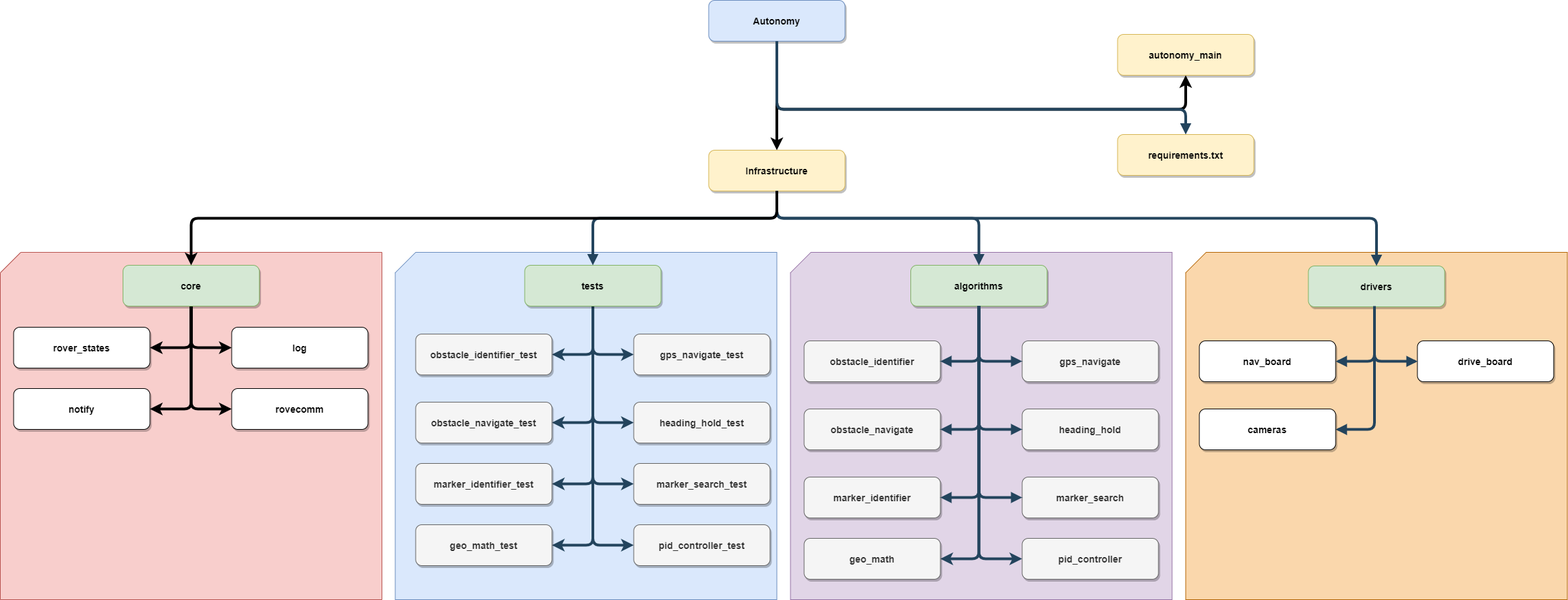
Earlier version of the draw.io export architecture.png (MissouriMRDT/Autonomy_Software_Python). Source tidied: cells renumbered, new cells last; positions are measured from the earlier drawing's top-left corner, leaving out a move shared by most shapes.
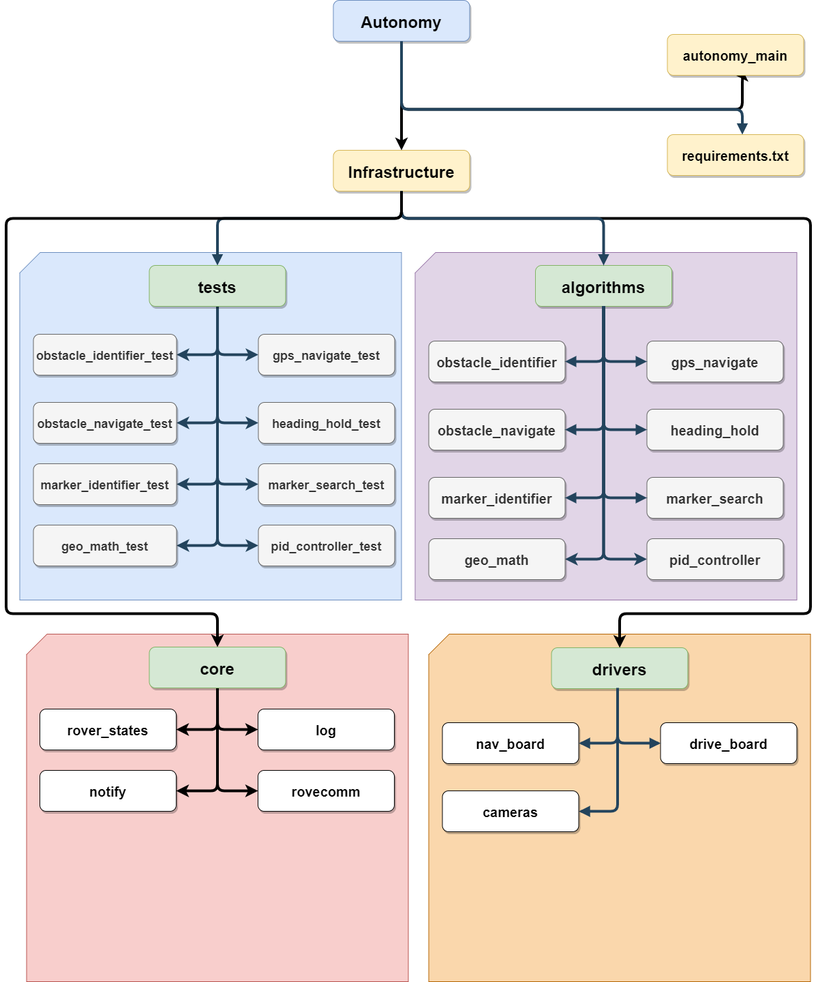
The same diagram one commit later.

Commit message:
Fixed layout of diagram

The edit, as a diff of the source:
```diff
@@ -11,5 +11,15 @@
     <mxCell id="4" style="shape=card;whiteSpace=wrap;html=1;fillColor=#fad7ac;strokeColor=#b46504;" parent="1" vertex="1">
-      <mxGeometry x="1740" y="370" width="560" height="510" as="geometry" />
+      <mxGeometry x="1180" y="930" width="560" height="510" as="geometry" />
     </mxCell>
+    <mxCell id="35" style="edgeStyle=orthogonalEdgeStyle;rounded=1;jettySize=auto;html=1;exitX=0.5;exitY=1;exitDx=0;exitDy=0;strokeWidth=4;fontSize=20;" parent="1" edge="1" source="5" target="21">
+      <mxGeometry relative="1" as="geometry">
+        <Array as="points">
+          <mxPoint x="1140" y="320" />
+          <mxPoint x="1740" y="320" />
+          <mxPoint x="1740" y="900" />
+          <mxPoint x="1460" y="900" />
+        </Array>
+      </mxGeometry>
+    </mxCell>
-    <mxCell id="5" value="Infrastructure" style="rounded=1;shadow=1;fontStyle=1;fontSize=14;fillColor=#fff2cc;strokeColor=#d6b656;" parent="1" vertex="1">
+    <mxCell id="5" value="Infrastructure" style="rounded=1;shadow=1;fontStyle=1;fontSize=24;fillColor=#fff2cc;strokeColor=#d6b656;" parent="1" vertex="1">
       <mxGeometry x="1040" y="220" width="200" height="60" as="geometry" />
@@ -40,3 +50,3 @@
     </mxCell>
-    <mxCell id="14" value="tests" style="rounded=1;shadow=1;fontStyle=1;fontSize=14;fillColor=#d5e8d4;strokeColor=#82b366;" parent="1" vertex="1">
+    <mxCell id="14" value="tests" style="rounded=1;shadow=1;fontStyle=1;fontSize=24;fillColor=#d5e8d4;strokeColor=#82b366;" parent="1" vertex="1">
       <mxGeometry x="770" y="389" width="200" height="60" as="geometry" />
@@ -46,3 +56,3 @@
     </mxCell>
-    <mxCell id="16" style="edgeStyle=orthogonalEdgeStyle;rounded=1;jettySize=auto;html=1;exitX=0.5;exitY=1;exitDx=0;exitDy=0;entryX=0.5;entryY=1;entryDx=0;entryDy=0;strokeWidth=4;" parent="1" edge="1" source="17" target="46">
+    <mxCell id="16" style="edgeStyle=orthogonalEdgeStyle;rounded=1;jettySize=auto;html=1;exitX=0.5;exitY=1;exitDx=0;exitDy=0;entryX=0.5;entryY=1;entryDx=0;entryDy=0;strokeWidth=4;fontSize=20;" parent="1" edge="1" source="17" target="46">
       <mxGeometry relative="1" as="geometry">
@@ -50,3 +60,4 @@
           <mxPoint x="1140" y="160" />
-          <mxPoint x="1740" y="160" />
+          <mxPoint x="1640" y="160" />
+          <mxPoint x="1640" y="110" />
         </Array>
@@ -54,3 +65,3 @@
     </mxCell>
-    <mxCell id="17" value="Autonomy" style="rounded=1;shadow=1;fontStyle=1;fontSize=14;fillColor=#dae8fc;strokeColor=#6c8ebf;" parent="1" vertex="1">
+    <mxCell id="17" value="Autonomy" style="rounded=1;shadow=1;fontStyle=1;fontSize=24;fillColor=#dae8fc;strokeColor=#6c8ebf;" parent="1" vertex="1">
       <mxGeometry x="1040" width="200" height="60" as="geometry" />
@@ -63,39 +74,39 @@
     </mxCell>
-    <mxCell id="20" value="algorithms" style="rounded=1;shadow=1;fontStyle=1;fontSize=14;fillColor=#d5e8d4;strokeColor=#82b366;" parent="1" vertex="1">
+    <mxCell id="20" value="algorithms" style="rounded=1;shadow=1;fontStyle=1;fontSize=24;fillColor=#d5e8d4;strokeColor=#82b366;" parent="1" vertex="1">
       <mxGeometry x="1336.5" y="389" width="200" height="60" as="geometry" />
     </mxCell>
-    <mxCell id="21" value="drivers" style="rounded=1;shadow=1;fontStyle=1;fontSize=14;fillColor=#d5e8d4;strokeColor=#82b366;" parent="1" vertex="1">
-      <mxGeometry x="1920" y="390" width="200" height="60" as="geometry" />
+    <mxCell id="21" value="drivers" style="rounded=1;shadow=1;fontStyle=1;fontSize=24;fillColor=#d5e8d4;strokeColor=#82b366;" parent="1" vertex="1">
+      <mxGeometry x="1360" y="950" width="200" height="60" as="geometry" />
     </mxCell>
-    <mxCell id="22" value="requirements.txt" style="rounded=1;shadow=1;fontStyle=1;fontSize=14;fillColor=#fff2cc;strokeColor=#d6b656;" parent="1" vertex="1">
-      <mxGeometry x="1640" y="197" width="200" height="60" as="geometry" />
+    <mxCell id="22" value="requirements.txt" style="rounded=1;shadow=1;fontStyle=1;fontSize=20;fillColor=#fff2cc;strokeColor=#d6b656;" parent="1" vertex="1">
+      <mxGeometry x="1530" y="197" width="200" height="60" as="geometry" />
     </mxCell>
-    <mxCell id="23" value="geo_math" style="rounded=1;shadow=1;fontStyle=1;fontSize=14;fillColor=#f5f5f5;strokeColor=#666666;fontColor=#333333;" parent="1" vertex="1">
+    <mxCell id="23" value="geo_math" style="rounded=1;shadow=1;fontStyle=1;fontSize=20;fillColor=#f5f5f5;strokeColor=#666666;fontColor=#333333;" parent="1" vertex="1">
       <mxGeometry x="1180" y="790" width="200" height="60" as="geometry" />
     </mxCell>
-    <mxCell id="24" value="drive_board" style="rounded=1;shadow=1;fontStyle=1;fontSize=14;" parent="1" vertex="1">
-      <mxGeometry x="2080" y="500" width="200" height="60" as="geometry" />
+    <mxCell id="24" value="drive_board" style="rounded=1;shadow=1;fontStyle=1;fontSize=20;" parent="1" vertex="1">
+      <mxGeometry x="1520" y="1060" width="200" height="60" as="geometry" />
     </mxCell>
-    <mxCell id="25" value="nav_board" style="rounded=1;shadow=1;fontStyle=1;fontSize=14;" parent="1" vertex="1">
-      <mxGeometry x="1760" y="500" width="200" height="60" as="geometry" />
+    <mxCell id="25" value="nav_board" style="rounded=1;shadow=1;fontStyle=1;fontSize=20;" parent="1" vertex="1">
+      <mxGeometry x="1200" y="1060" width="200" height="60" as="geometry" />
     </mxCell>
-    <mxCell id="26" value="gps_navigate" style="rounded=1;shadow=1;fontStyle=1;fontSize=14;fillColor=#f5f5f5;strokeColor=#666666;fontColor=#333333;" parent="1" vertex="1">
+    <mxCell id="26" value="gps_navigate" style="rounded=1;shadow=1;fontStyle=1;fontSize=20;fillColor=#f5f5f5;strokeColor=#666666;fontColor=#333333;" parent="1" vertex="1">
       <mxGeometry x="1500" y="500" width="200" height="60" as="geometry" />
     </mxCell>
-    <mxCell id="27" value="heading_hold" style="rounded=1;shadow=1;fontStyle=1;fontSize=14;fillColor=#f5f5f5;strokeColor=#666666;fontColor=#333333;" parent="1" vertex="1">
+    <mxCell id="27" value="heading_hold" style="rounded=1;shadow=1;fontStyle=1;fontSize=20;fillColor=#f5f5f5;strokeColor=#666666;fontColor=#333333;" parent="1" vertex="1">
       <mxGeometry x="1500" y="600" width="200" height="60" as="geometry" />
     </mxCell>
-    <mxCell id="28" value="marker_search" style="rounded=1;shadow=1;fontStyle=1;fontSize=14;fillColor=#f5f5f5;strokeColor=#666666;fontColor=#333333;" parent="1" vertex="1">
+    <mxCell id="28" value="marker_search" style="rounded=1;shadow=1;fontStyle=1;fontSize=20;fillColor=#f5f5f5;strokeColor=#666666;fontColor=#333333;" parent="1" vertex="1">
       <mxGeometry x="1500" y="700" width="200" height="60" as="geometry" />
     </mxCell>
-    <mxCell id="29" value="marker_identifier" style="rounded=1;shadow=1;fontStyle=1;fontSize=14;fillColor=#f5f5f5;strokeColor=#666666;fontColor=#333333;" parent="1" vertex="1">
+    <mxCell id="29" value="marker_identifier" style="rounded=1;shadow=1;fontStyle=1;fontSize=20;fillColor=#f5f5f5;strokeColor=#666666;fontColor=#333333;" parent="1" vertex="1">
       <mxGeometry x="1180" y="700" width="200" height="60" as="geometry" />
     </mxCell>
-    <mxCell id="30" value="pid_controller" style="rounded=1;shadow=1;fontStyle=1;fontSize=14;fillColor=#f5f5f5;strokeColor=#666666;fontColor=#333333;" parent="1" vertex="1">
+    <mxCell id="30" value="pid_controller" style="rounded=1;shadow=1;fontStyle=1;fontSize=20;fillColor=#f5f5f5;strokeColor=#666666;fontColor=#333333;" parent="1" vertex="1">
       <mxGeometry x="1500" y="790" width="200" height="60" as="geometry" />
     </mxCell>
-    <mxCell id="31" value="obstacle_identifier" style="rounded=1;shadow=1;fontStyle=1;fontSize=14;fillColor=#f5f5f5;strokeColor=#666666;fontColor=#333333;" parent="1" vertex="1">
+    <mxCell id="31" value="obstacle_identifier" style="rounded=1;shadow=1;fontStyle=1;fontSize=20;fillColor=#f5f5f5;strokeColor=#666666;fontColor=#333333;" parent="1" vertex="1">
       <mxGeometry x="1180" y="500" width="200" height="60" as="geometry" />
     </mxCell>
-    <mxCell id="32" value="obstacle_navigate" style="rounded=1;shadow=1;fontStyle=1;fontSize=14;fillColor=#f5f5f5;strokeColor=#666666;fontColor=#333333;" parent="1" vertex="1">
+    <mxCell id="32" value="obstacle_navigate" style="rounded=1;shadow=1;fontStyle=1;fontSize=20;fillColor=#f5f5f5;strokeColor=#666666;fontColor=#333333;" parent="1" vertex="1">
       <mxGeometry x="1180" y="600" width="200" height="60" as="geometry" />
@@ -105,2 +116,7 @@
         <Array as="points">
+          <mxPoint x="1640" y="160" />
+          <mxPoint x="1610" y="160" />
+          <mxPoint x="1640" y="170" />
+          <mxPoint x="1530" y="160" />
+          <mxPoint x="1680" y="170" />
           <mxPoint x="1590" y="160" />
@@ -131,17 +147,2 @@
     </mxCell>
-    <mxCell id="35" style="edgeStyle=elbowEdgeStyle;elbow=vertical;strokeWidth=4;endArrow=block;endFill=1;fontStyle=1;strokeColor=#23445D;exitX=0.5;exitY=1;exitDx=0;exitDy=0;entryX=0.5;entryY=0;entryDx=0;entryDy=0;" parent="1" edge="1" source="5" target="21">
-      <mxGeometry x="1154" y="322.1" as="geometry">
-        <Array as="points">
-          <mxPoint x="1700" y="320" />
-          <mxPoint x="1480" y="200" />
-          <mxPoint x="2012" y="176.6" />
-          <mxPoint x="1982" y="166.6" />
-          <mxPoint x="1922" y="176.6" />
-          <mxPoint x="1982" y="176.6" />
-          <mxPoint x="1972" y="166.6" />
-          <mxPoint x="1952" y="176.6" />
-          <mxPoint x="2012" y="169.6" />
-        </Array>
-      </mxGeometry>
-    </mxCell>
     <mxCell id="36" style="edgeStyle=elbowEdgeStyle;elbow=vertical;strokeWidth=4;endArrow=block;endFill=1;fontStyle=1;strokeColor=#23445D;exitX=0.5;exitY=1;exitDx=0;exitDy=0;" parent="1" edge="1" source="5" target="14">
@@ -255,16 +256,16 @@
     <mxCell id="43" style="edgeStyle=elbowEdgeStyle;elbow=vertical;strokeWidth=4;endArrow=block;endFill=1;fontStyle=1;strokeColor=#23445D;exitX=0.5;exitY=1;exitDx=0;exitDy=0;entryX=1;entryY=0.5;entryDx=0;entryDy=0;" parent="1" edge="1">
-      <mxGeometry x="1754.6" y="342.1" as="geometry">
-        <mxPoint x="2016.9" y="449.3" as="sourcePoint" />
-        <mxPoint x="1960.2" y="530.2" as="targetPoint" />
+      <mxGeometry x="1194.6" y="902.1" as="geometry">
+        <mxPoint x="1456.9" y="1009.3" as="sourcePoint" />
+        <mxPoint x="1400.2" y="1090.2" as="targetPoint" />
         <Array as="points">
-          <mxPoint x="2016.6" y="530" />
-          <mxPoint x="2016.6" y="531" />
-          <mxPoint x="2080.6" y="220" />
-          <mxPoint x="2612.6" y="196.6" />
-          <mxPoint x="2582.6" y="186.6" />
-          <mxPoint x="2522.6" y="196.6" />
-          <mxPoint x="2582.6" y="196.6" />
-          <mxPoint x="2572.6" y="186.6" />
-          <mxPoint x="2552.6" y="196.6" />
-          <mxPoint x="2612.6" y="189.6" />
+          <mxPoint x="1456.6" y="1090" />
+          <mxPoint x="1456.6" y="1091" />
+          <mxPoint x="1520.6" y="780" />
+          <mxPoint x="2052.6" y="756.6" />
+          <mxPoint x="2022.6" y="746.6" />
+          <mxPoint x="1962.6" y="756.6" />
+          <mxPoint x="2022.6" y="756.6" />
+          <mxPoint x="2012.6" y="746.6" />
+          <mxPoint x="1992.6" y="756.6" />
+          <mxPoint x="2052.6" y="749.6" />
         </Array>
@@ -273,15 +274,15 @@
     <mxCell id="44" style="edgeStyle=elbowEdgeStyle;elbow=vertical;strokeWidth=4;endArrow=block;endFill=1;fontStyle=1;strokeColor=#23445D;exitX=0.5;exitY=1;exitDx=0;exitDy=0;entryX=1;entryY=0.5;entryDx=0;entryDy=0;" parent="1" edge="1">
-      <mxGeometry x="1755.1" y="441.1" as="geometry">
-        <mxPoint x="2016.9" y="449.3" as="sourcePoint" />
-        <mxPoint x="1960.2" y="630.2" as="targetPoint" />
+      <mxGeometry x="1195.1" y="1001.1" as="geometry">
+        <mxPoint x="1456.9" y="1009.3" as="sourcePoint" />
+        <mxPoint x="1400.2" y="1190.2" as="targetPoint" />
         <Array as="points">
-          <mxPoint x="2017.1" y="630" />
-          <mxPoint x="2081.1" y="319" />
-          <mxPoint x="2613.1" y="295.6" />
-          <mxPoint x="2583.1" y="285.6" />
-          <mxPoint x="2523.1" y="295.6" />
-          <mxPoint x="2583.1" y="295.6" />
-          <mxPoint x="2573.1" y="285.6" />
-          <mxPoint x="2553.1" y="295.6" />
-          <mxPoint x="2613.1" y="288.6" />
+          <mxPoint x="1457.1" y="1190" />
+          <mxPoint x="1521.1" y="879" />
+          <mxPoint x="2053.1" y="855.6" />
+          <mxPoint x="2023.1" y="845.6" />
+          <mxPoint x="1963.1" y="855.6" />
+          <mxPoint x="2023.1" y="855.6" />
+          <mxPoint x="2013.1" y="845.6" />
+          <mxPoint x="1993.1" y="855.6" />
+          <mxPoint x="2053.1" y="848.6" />
         </Array>
@@ -290,16 +291,16 @@
     <mxCell id="45" style="edgeStyle=elbowEdgeStyle;elbow=vertical;strokeWidth=4;endArrow=block;endFill=1;fontStyle=1;strokeColor=#23445D;exitX=0.5;exitY=1;exitDx=0;exitDy=0;entryX=0;entryY=0.5;entryDx=0;entryDy=0;" parent="1" edge="1">
-      <mxGeometry x="1764.6" y="352.1" as="geometry">
-        <mxPoint x="2016.9" y="449.3" as="sourcePoint" />
-        <mxPoint x="2080.2" y="530.2" as="targetPoint" />
+      <mxGeometry x="1204.6" y="912.1" as="geometry">
+        <mxPoint x="1456.9" y="1009.3" as="sourcePoint" />
+        <mxPoint x="1520.2" y="1090.2" as="targetPoint" />
         <Array as="points">
-          <mxPoint x="2050.6" y="530" />
-          <mxPoint x="2026.6" y="541" />
-          <mxPoint x="2090.6" y="230" />
-          <mxPoint x="2622.6" y="206.6" />
-          <mxPoint x="2592.6" y="196.6" />
-          <mxPoint x="2532.6" y="206.6" />
-          <mxPoint x="2592.6" y="206.6" />
-          <mxPoint x="2582.6" y="196.6" />
-          <mxPoint x="2562.6" y="206.6" />
-          <mxPoint x="2622.6" y="199.6" />
+          <mxPoint x="1490.6" y="1090" />
+          <mxPoint x="1466.6" y="1101" />
+          <mxPoint x="1530.6" y="790" />
+          <mxPoint x="2062.6" y="766.6" />
+          <mxPoint x="2032.6" y="756.6" />
+          <mxPoint x="1972.6" y="766.6" />
+          <mxPoint x="2032.6" y="766.6" />
+          <mxPoint x="2022.6" y="756.6" />
+          <mxPoint x="2002.6" y="766.6" />
+          <mxPoint x="2062.6" y="759.6" />
         </Array>
@@ -307,27 +308,27 @@
     </mxCell>
-    <mxCell id="46" value="autonomy_main" style="rounded=1;shadow=1;fontStyle=1;fontSize=14;fillColor=#fff2cc;strokeColor=#d6b656;" parent="1" vertex="1">
-      <mxGeometry x="1640" y="50" width="200" height="60" as="geometry" />
+    <mxCell id="46" value="autonomy_main" style="rounded=1;shadow=1;fontStyle=1;fontSize=20;fillColor=#fff2cc;strokeColor=#d6b656;" parent="1" vertex="1">
+      <mxGeometry x="1530" y="50" width="200" height="60" as="geometry" />
     </mxCell>
-    <mxCell id="47" value="obstacle_identifier_test" style="rounded=1;shadow=1;fontStyle=1;fontSize=14;fillColor=#f5f5f5;strokeColor=#666666;fontColor=#333333;" parent="1" vertex="1">
-      <mxGeometry x="610" y="490" width="200" height="60" as="geometry" />
+    <mxCell id="47" value="obstacle_identifier_test" style="rounded=1;shadow=1;fontStyle=1;fontSize=18;fillColor=#f5f5f5;strokeColor=#666666;fontColor=#333333;" parent="1" vertex="1">
+      <mxGeometry x="600" y="490" width="210" height="60" as="geometry" />
     </mxCell>
-    <mxCell id="48" value="gps_navigate_test" style="rounded=1;shadow=1;fontStyle=1;fontSize=14;fillColor=#f5f5f5;strokeColor=#666666;fontColor=#333333;" parent="1" vertex="1">
+    <mxCell id="48" value="gps_navigate_test" style="rounded=1;shadow=1;fontStyle=1;fontSize=18;fillColor=#f5f5f5;strokeColor=#666666;fontColor=#333333;" parent="1" vertex="1">
       <mxGeometry x="930" y="490" width="200" height="60" as="geometry" />
     </mxCell>
-    <mxCell id="49" value="obstacle_navigate_test" style="rounded=1;shadow=1;fontStyle=1;fontSize=14;fillColor=#f5f5f5;strokeColor=#666666;fontColor=#333333;" parent="1" vertex="1">
-      <mxGeometry x="610" y="590" width="200" height="60" as="geometry" />
+    <mxCell id="49" value="obstacle_navigate_test" style="rounded=1;shadow=1;fontStyle=1;fontSize=18;fillColor=#f5f5f5;strokeColor=#666666;fontColor=#333333;" parent="1" vertex="1">
+      <mxGeometry x="600" y="590" width="210" height="60" as="geometry" />
     </mxCell>
-    <mxCell id="50" value="marker_identifier_test" style="rounded=1;shadow=1;fontStyle=1;fontSize=14;fillColor=#f5f5f5;strokeColor=#666666;fontColor=#333333;" parent="1" vertex="1">
-      <mxGeometry x="610" y="680" width="200" height="60" as="geometry" />
+    <mxCell id="50" value="marker_identifier_test" style="rounded=1;shadow=1;fontStyle=1;fontSize=18;fillColor=#f5f5f5;strokeColor=#666666;fontColor=#333333;" parent="1" vertex="1">
+      <mxGeometry x="600" y="680" width="210" height="60" as="geometry" />
     </mxCell>
-    <mxCell id="51" value="geo_math_test" style="rounded=1;shadow=1;fontStyle=1;fontSize=14;fillColor=#f5f5f5;strokeColor=#666666;fontColor=#333333;" parent="1" vertex="1">
-      <mxGeometry x="610" y="770" width="200" height="60" as="geometry" />
+    <mxCell id="51" value="geo_math_test" style="rounded=1;shadow=1;fontStyle=1;fontSize=18;fillColor=#f5f5f5;strokeColor=#666666;fontColor=#333333;" parent="1" vertex="1">
+      <mxGeometry x="600" y="770" width="210" height="60" as="geometry" />
     </mxCell>
-    <mxCell id="52" value="heading_hold_test" style="rounded=1;shadow=1;fontStyle=1;fontSize=14;fillColor=#f5f5f5;strokeColor=#666666;fontColor=#333333;" parent="1" vertex="1">
+    <mxCell id="52" value="heading_hold_test" style="rounded=1;shadow=1;fontStyle=1;fontSize=18;fillColor=#f5f5f5;strokeColor=#666666;fontColor=#333333;" parent="1" vertex="1">
       <mxGeometry x="930" y="590" width="200" height="60" as="geometry" />
     </mxCell>
-    <mxCell id="53" value="marker_search_test" style="rounded=1;shadow=1;fontStyle=1;fontSize=14;fillColor=#f5f5f5;strokeColor=#666666;fontColor=#333333;" parent="1" vertex="1">
+    <mxCell id="53" value="marker_search_test" style="rounded=1;shadow=1;fontStyle=1;fontSize=18;fillColor=#f5f5f5;strokeColor=#666666;fontColor=#333333;" parent="1" vertex="1">
       <mxGeometry x="930" y="680" width="200" height="60" as="geometry" />
     </mxCell>
-    <mxCell id="54" value="pid_controller_test" style="rounded=1;shadow=1;fontStyle=1;fontSize=14;fillColor=#f5f5f5;strokeColor=#666666;fontColor=#333333;" parent="1" vertex="1">
+    <mxCell id="54" value="pid_controller_test" style="rounded=1;shadow=1;fontStyle=1;fontSize=18;fillColor=#f5f5f5;strokeColor=#666666;fontColor=#333333;" parent="1" vertex="1">
       <mxGeometry x="930" y="770" width="200" height="60" as="geometry" />
@@ -335,3 +336,3 @@
     <mxCell id="55" style="shape=card;whiteSpace=wrap;html=1;fillColor=#f8cecc;strokeColor=#b85450;" parent="1" vertex="1">
-      <mxGeometry x="0.5" y="370" width="560" height="510" as="geometry" />
+      <mxGeometry x="590" y="930" width="560" height="510" as="geometry" />
     </mxCell>
@@ -349,13 +350,13 @@
     </mxCell>
-    <mxCell id="60" value="core" style="rounded=1;shadow=1;fontStyle=1;fontSize=14;fillColor=#d5e8d4;strokeColor=#82b366;" parent="1" vertex="1">
-      <mxGeometry x="180.5" y="389" width="200" height="60" as="geometry" />
+    <mxCell id="60" value="core" style="rounded=1;shadow=1;fontStyle=1;fontSize=24;fillColor=#d5e8d4;strokeColor=#82b366;" parent="1" vertex="1">
+      <mxGeometry x="770" y="949" width="200" height="60" as="geometry" />
     </mxCell>
-    <mxCell id="61" value="rover_states" style="rounded=1;shadow=1;fontStyle=1;fontSize=14;" parent="1" vertex="1">
-      <mxGeometry x="20" y="480" width="200" height="60" as="geometry" />
+    <mxCell id="61" value="rover_states" style="rounded=1;shadow=1;fontStyle=1;fontSize=20;" parent="1" vertex="1">
+      <mxGeometry x="609.5" y="1040" width="200" height="60" as="geometry" />
     </mxCell>
-    <mxCell id="62" value="log" style="rounded=1;shadow=1;fontStyle=1;fontSize=14;" parent="1" vertex="1">
-      <mxGeometry x="340" y="480" width="200" height="60" as="geometry" />
+    <mxCell id="62" value="log" style="rounded=1;shadow=1;fontStyle=1;fontSize=20;" parent="1" vertex="1">
+      <mxGeometry x="929.5" y="1040" width="200" height="60" as="geometry" />
     </mxCell>
-    <mxCell id="63" value="rovecomm" style="rounded=1;shadow=1;fontStyle=1;fontSize=14;" parent="1" vertex="1">
-      <mxGeometry x="340" y="570" width="200" height="60" as="geometry" />
+    <mxCell id="63" value="rovecomm" style="rounded=1;shadow=1;fontStyle=1;fontSize=20;" parent="1" vertex="1">
+      <mxGeometry x="929.5" y="1130" width="200" height="60" as="geometry" />
     </mxCell>
@@ -365,3 +366,5 @@
           <mxPoint x="1140" y="320" />
-          <mxPoint x="281" y="320" />
+          <mxPoint x="560" y="320" />
+          <mxPoint x="560" y="900" />
+          <mxPoint x="870" y="900" />
         </Array>
@@ -369,7 +372,7 @@
     </mxCell>
-    <mxCell id="65" value="notify" style="rounded=1;shadow=1;fontStyle=1;fontSize=14;" parent="1" vertex="1">
-      <mxGeometry x="20" y="570" width="200" height="60" as="geometry" />
+    <mxCell id="65" value="notify" style="rounded=1;shadow=1;fontStyle=1;fontSize=20;" parent="1" vertex="1">
+      <mxGeometry x="609.5" y="1130" width="200" height="60" as="geometry" />
     </mxCell>
-    <mxCell id="66" value="cameras" style="rounded=1;shadow=1;fontStyle=1;fontSize=14;" parent="1" vertex="1">
-      <mxGeometry x="1760" y="600" width="200" height="60" as="geometry" />
+    <mxCell id="66" value="cameras" style="rounded=1;shadow=1;fontStyle=1;fontSize=20;" parent="1" vertex="1">
+      <mxGeometry x="1200" y="1160" width="200" height="60" as="geometry" />
     </mxCell>
```
